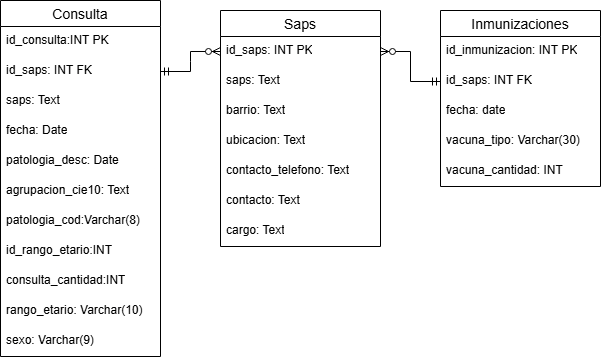
Above: assets/img/draw-io/TablasCapaBronce.png in eme-19-87/DataAnalytics_Patologias_SAPS_Ctes (draw.io), before the change. Source tidied: cells renumbered, new cells last; positions are measured from the earlier drawing's top-left corner, leaving out a move shared by most shapes.
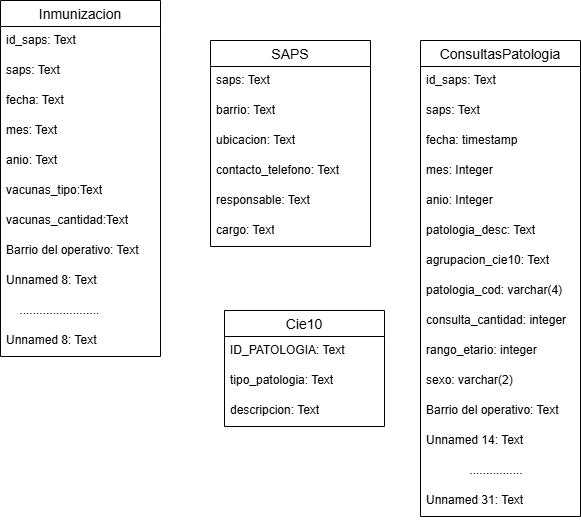
Above is the later version.

What changed in the source:
```diff
@@ -2,89 +2,122 @@
   <root>
     <mxCell id="0" />
     <mxCell id="1" parent="0" />
-    <mxCell id="2" value="Consulta" style="swimlane;fontStyle=0;horizontal=1;startSize=26;align=center;fontSize=14;" parent="1" vertex="1">
-      <mxGeometry width="160" height="356" as="geometry" />
-    </mxCell>
-    <mxCell id="3" value="id_consulta:INT PK&amp;nbsp;" style="text;strokeColor=none;fillColor=none;spacingLeft=4;spacingRight=4;overflow=hidden;fontSize=12;whiteSpace=wrap;html=1;" parent="2" vertex="1">
-      <mxGeometry y="26" width="160" height="30" as="geometry" />
-    </mxCell>
-    <mxCell id="4" value="id_saps: INT FK" style="text;strokeColor=none;fillColor=none;spacingLeft=4;spacingRight=4;overflow=hidden;points=[[0,0.5],[1,0.5]];portConstraint=eastwest;fontSize=12;whiteSpace=wrap;html=1;" parent="2" vertex="1">
-      <mxGeometry y="56" width="160" height="30" as="geometry" />
-    </mxCell>
-    <mxCell id="5" value="saps: Text" style="text;strokeColor=none;fillColor=none;spacingLeft=4;spacingRight=4;overflow=hidden;fontSize=12;whiteSpace=wrap;html=1;" parent="2" vertex="1">
-      <mxGeometry y="86" width="160" height="30" as="geometry" />
-    </mxCell>
-    <mxCell id="6" value="fecha: Date" style="text;strokeColor=none;fillColor=none;spacingLeft=4;spacingRight=4;overflow=hidden;fontSize=12;whiteSpace=wrap;html=1;" parent="2" vertex="1">
-      <mxGeometry y="116" width="160" height="30" as="geometry" />
-    </mxCell>
-    <mxCell id="7" value="patologia_desc: Date" style="text;strokeColor=none;fillColor=none;spacingLeft=4;spacingRight=4;overflow=hidden;fontSize=12;whiteSpace=wrap;html=1;" parent="2" vertex="1">
-      <mxGeometry y="146" width="160" height="30" as="geometry" />
-    </mxCell>
+    <mxCell id="30" value="ConsultasPatologia" style="swimlane;fontStyle=0;horizontal=1;startSize=26;align=center;fontSize=14;" parent="1" vertex="1">
+      <mxGeometry x="230" y="40" width="160" height="476" as="geometry" />
+    </mxCell>
+    <mxCell id="31" value="id_saps: Text" style="text;strokeColor=none;fillColor=none;spacingLeft=4;spacingRight=4;overflow=hidden;fontSize=12;whiteSpace=wrap;html=1;" parent="30" vertex="1">
+      <mxGeometry y="26" width="160" height="30" as="geometry" />
+    </mxCell>
+    <mxCell id="32" value="saps: Text" style="text;strokeColor=none;fillColor=none;spacingLeft=4;spacingRight=4;overflow=hidden;fontSize=12;whiteSpace=wrap;html=1;" parent="30" vertex="1">
+      <mxGeometry y="56" width="160" height="30" as="geometry" />
+    </mxCell>
+    <mxCell id="33" value="fecha: timestamp" style="text;strokeColor=none;fillColor=none;spacingLeft=4;spacingRight=4;overflow=hidden;fontSize=12;whiteSpace=wrap;html=1;" parent="30" vertex="1">
+      <mxGeometry y="86" width="160" height="30" as="geometry" />
+    </mxCell>
+    <mxCell id="34" value="mes: Integer" style="text;strokeColor=none;fillColor=none;spacingLeft=4;spacingRight=4;overflow=hidden;fontSize=12;whiteSpace=wrap;html=1;" parent="30" vertex="1">
+      <mxGeometry y="116" width="160" height="30" as="geometry" />
+    </mxCell>
+    <mxCell id="35" value="anio: Integer" style="text;strokeColor=none;fillColor=none;spacingLeft=4;spacingRight=4;overflow=hidden;fontSize=12;whiteSpace=wrap;html=1;" parent="30" vertex="1">
+      <mxGeometry y="146" width="160" height="30" as="geometry" />
+    </mxCell>
+    <mxCell id="36" value="patologia_desc: Text" style="text;strokeColor=none;fillColor=none;spacingLeft=4;spacingRight=4;overflow=hidden;fontSize=12;whiteSpace=wrap;html=1;" parent="30" vertex="1">
+      <mxGeometry y="176" width="160" height="30" as="geometry" />
+    </mxCell>
-    <mxCell id="8" value="agrupacion_cie10: Text" style="text;strokeColor=none;fillColor=none;spacingLeft=4;spacingRight=4;overflow=hidden;fontSize=12;whiteSpace=wrap;html=1;" parent="2" vertex="1">
-      <mxGeometry y="176" width="160" height="30" as="geometry" />
+    <mxCell id="8" value="agrupacion_cie10: Text" style="text;strokeColor=none;fillColor=none;spacingLeft=4;spacingRight=4;overflow=hidden;fontSize=12;whiteSpace=wrap;html=1;" parent="30" vertex="1">
+      <mxGeometry y="206" width="160" height="30" as="geometry" />
     </mxCell>
-    <mxCell id="9" value="patologia_cod:Varchar(8)" style="text;strokeColor=none;fillColor=none;spacingLeft=4;spacingRight=4;overflow=hidden;fontSize=12;whiteSpace=wrap;html=1;" parent="2" vertex="1">
-      <mxGeometry y="206" width="160" height="30" as="geometry" />
-    </mxCell>
-    <mxCell id="10" value="id_rango_etario:INT" style="text;strokeColor=none;fillColor=none;spacingLeft=4;spacingRight=4;overflow=hidden;fontSize=12;whiteSpace=wrap;html=1;" parent="2" vertex="1">
-      <mxGeometry y="236" width="160" height="30" as="geometry" />
-    </mxCell>
-    <mxCell id="11" value="consulta_cantidad:INT" style="text;strokeColor=none;fillColor=none;spacingLeft=4;spacingRight=4;overflow=hidden;fontSize=12;whiteSpace=wrap;html=1;" parent="2" vertex="1">
-      <mxGeometry y="266" width="160" height="30" as="geometry" />
-    </mxCell>
-    <mxCell id="12" value="rango_etario: Varchar(10)" style="text;strokeColor=none;fillColor=none;spacingLeft=4;spacingRight=4;overflow=hidden;fontSize=12;whiteSpace=wrap;html=1;" parent="2" vertex="1">
-      <mxGeometry y="296" width="160" height="30" as="geometry" />
-    </mxCell>
-    <mxCell id="13" value="sexo: Varchar(9)" style="text;strokeColor=none;fillColor=none;spacingLeft=4;spacingRight=4;overflow=hidden;fontSize=12;whiteSpace=wrap;html=1;" parent="2" vertex="1">
-      <mxGeometry y="326" width="160" height="30" as="geometry" />
-    </mxCell>
-    <mxCell id="14" value="Saps" style="swimlane;fontStyle=0;horizontal=1;startSize=26;align=center;fontSize=14;" parent="1" vertex="1">
-      <mxGeometry x="220" y="10" width="160" height="236" as="geometry" />
-    </mxCell>
-    <mxCell id="15" value="id_saps: INT PK" style="text;strokeColor=none;fillColor=none;spacingLeft=4;spacingRight=4;overflow=hidden;points=[[0,0.5],[1,0.5]];portConstraint=eastwest;fontSize=12;whiteSpace=wrap;html=1;" parent="14" vertex="1">
-      <mxGeometry y="26" width="160" height="30" as="geometry" />
-    </mxCell>
-    <mxCell id="16" value="saps: Text" style="text;strokeColor=none;fillColor=none;spacingLeft=4;spacingRight=4;overflow=hidden;fontSize=12;whiteSpace=wrap;html=1;" parent="14" vertex="1">
-      <mxGeometry y="56" width="160" height="30" as="geometry" />
-    </mxCell>
+    <mxCell id="37" value="patologia_cod: varchar(4)" style="text;strokeColor=none;fillColor=none;spacingLeft=4;spacingRight=4;overflow=hidden;fontSize=12;whiteSpace=wrap;html=1;" parent="30" vertex="1">
+      <mxGeometry y="236" width="160" height="30" as="geometry" />
+    </mxCell>
+    <mxCell id="38" value="consulta_cantidad: integer" style="text;strokeColor=none;fillColor=none;spacingLeft=4;spacingRight=4;overflow=hidden;fontSize=12;whiteSpace=wrap;html=1;" parent="30" vertex="1">
+      <mxGeometry y="266" width="160" height="30" as="geometry" />
+    </mxCell>
+    <mxCell id="39" value="rango_etario: integer" style="text;strokeColor=none;fillColor=none;spacingLeft=4;spacingRight=4;overflow=hidden;fontSize=12;whiteSpace=wrap;html=1;" parent="30" vertex="1">
+      <mxGeometry y="296" width="160" height="30" as="geometry" />
+    </mxCell>
+    <mxCell id="40" value="sexo: varchar(2)" style="text;strokeColor=none;fillColor=none;spacingLeft=4;spacingRight=4;overflow=hidden;fontSize=12;whiteSpace=wrap;html=1;" parent="30" vertex="1">
+      <mxGeometry y="326" width="160" height="30" as="geometry" />
+    </mxCell>
+    <mxCell id="41" value="Barrio del operativo: Text" style="text;strokeColor=none;fillColor=none;spacingLeft=4;spacingRight=4;overflow=hidden;fontSize=12;whiteSpace=wrap;html=1;" parent="30" vertex="1">
+      <mxGeometry y="356" width="160" height="30" as="geometry" />
+    </mxCell>
+    <mxCell id="42" value="Unnamed 14: Text" style="text;strokeColor=none;fillColor=none;spacingLeft=4;spacingRight=4;overflow=hidden;fontSize=12;whiteSpace=wrap;html=1;" parent="30" vertex="1">
+      <mxGeometry y="386" width="160" height="30" as="geometry" />
+    </mxCell>
+    <mxCell id="43" value="&amp;nbsp; &amp;nbsp; &amp;nbsp; &amp;nbsp; &amp;nbsp; &amp;nbsp; &amp;nbsp;................" style="text;strokeColor=none;fillColor=none;spacingLeft=4;spacingRight=4;overflow=hidden;fontSize=12;whiteSpace=wrap;html=1;" parent="30" vertex="1">
+      <mxGeometry y="416" width="160" height="30" as="geometry" />
+    </mxCell>
+    <mxCell id="44" value="Unnamed 31: Text" style="text;strokeColor=none;fillColor=none;spacingLeft=4;spacingRight=4;overflow=hidden;fontSize=12;whiteSpace=wrap;html=1;" parent="30" vertex="1">
+      <mxGeometry y="446" width="160" height="30" as="geometry" />
+    </mxCell>
+    <mxCell id="45" value="SAPS" style="swimlane;fontStyle=0;horizontal=1;startSize=26;align=center;fontSize=14;" parent="1" vertex="1">
+      <mxGeometry x="20" y="40" width="160" height="206" as="geometry" />
+    </mxCell>
+    <mxCell id="46" value="saps: Text" style="text;strokeColor=none;fillColor=none;spacingLeft=4;spacingRight=4;overflow=hidden;fontSize=12;whiteSpace=wrap;html=1;" parent="45" vertex="1">
+      <mxGeometry y="26" width="160" height="30" as="geometry" />
+    </mxCell>
-    <mxCell id="17" value="barrio: Text" style="text;strokeColor=none;fillColor=none;spacingLeft=4;spacingRight=4;overflow=hidden;fontSize=12;whiteSpace=wrap;html=1;" parent="14" vertex="1">
-      <mxGeometry y="86" width="160" height="30" as="geometry" />
+    <mxCell id="17" value="barrio: Text" style="text;strokeColor=none;fillColor=none;spacingLeft=4;spacingRight=4;overflow=hidden;fontSize=12;whiteSpace=wrap;html=1;" parent="45" vertex="1">
+      <mxGeometry y="56" width="160" height="30" as="geometry" />
     </mxCell>
-    <mxCell id="18" value="ubicacion: Text" style="text;strokeColor=none;fillColor=none;spacingLeft=4;spacingRight=4;overflow=hidden;fontSize=12;whiteSpace=wrap;html=1;" parent="14" vertex="1">
-      <mxGeometry y="116" width="160" height="30" as="geometry" />
+    <mxCell id="18" value="ubicacion: Text" style="text;strokeColor=none;fillColor=none;spacingLeft=4;spacingRight=4;overflow=hidden;fontSize=12;whiteSpace=wrap;html=1;" parent="45" vertex="1">
+      <mxGeometry y="86" width="160" height="30" as="geometry" />
     </mxCell>
-    <mxCell id="19" value="contacto_telefono: Text" style="text;strokeColor=none;fillColor=none;spacingLeft=4;spacingRight=4;overflow=hidden;fontSize=12;whiteSpace=wrap;html=1;" parent="14" vertex="1">
-      <mxGeometry y="146" width="160" height="30" as="geometry" />
+    <mxCell id="19" value="contacto_telefono: Text" style="text;strokeColor=none;fillColor=none;spacingLeft=4;spacingRight=4;overflow=hidden;fontSize=12;whiteSpace=wrap;html=1;" parent="45" vertex="1">
+      <mxGeometry y="116" width="160" height="30" as="geometry" />
     </mxCell>
-    <mxCell id="20" value="contacto: Text" style="text;strokeColor=none;fillColor=none;spacingLeft=4;spacingRight=4;overflow=hidden;fontSize=12;whiteSpace=wrap;html=1;" parent="14" vertex="1">
-      <mxGeometry y="176" width="160" height="30" as="geometry" />
-    </mxCell>
+    <mxCell id="47" value="responsable: Text" style="text;strokeColor=none;fillColor=none;spacingLeft=4;spacingRight=4;overflow=hidden;fontSize=12;whiteSpace=wrap;html=1;" parent="45" vertex="1">
+      <mxGeometry y="146" width="160" height="30" as="geometry" />
+    </mxCell>
-    <mxCell id="21" value="cargo: Text" style="text;strokeColor=none;fillColor=none;spacingLeft=4;spacingRight=4;overflow=hidden;fontSize=12;whiteSpace=wrap;html=1;" parent="14" vertex="1">
-      <mxGeometry y="206" width="160" height="30" as="geometry" />
+    <mxCell id="21" value="cargo: Text" style="text;strokeColor=none;fillColor=none;spacingLeft=4;spacingRight=4;overflow=hidden;fontSize=12;whiteSpace=wrap;html=1;" parent="45" vertex="1">
+      <mxGeometry y="176" width="160" height="30" as="geometry" />
     </mxCell>
-    <mxCell id="22" value="Inmunizaciones" style="swimlane;fontStyle=0;horizontal=1;startSize=26;align=center;fontSize=14;" parent="1" vertex="1">
-      <mxGeometry x="440" y="10" width="160" height="176" as="geometry" />
-    </mxCell>
-    <mxCell id="23" value="id_inmunizacion: INT PK" style="text;strokeColor=none;fillColor=none;spacingLeft=4;spacingRight=4;overflow=hidden;fontSize=12;whiteSpace=wrap;html=1;" parent="22" vertex="1">
-      <mxGeometry y="26" width="160" height="30" as="geometry" />
-    </mxCell>
-    <mxCell id="24" value="id_saps: INT FK" style="text;strokeColor=none;fillColor=none;spacingLeft=4;spacingRight=4;overflow=hidden;points=[[0,0.5],[1,0.5]];portConstraint=eastwest;fontSize=12;whiteSpace=wrap;html=1;" parent="22" vertex="1">
-      <mxGeometry y="56" width="160" height="30" as="geometry" />
-    </mxCell>
-    <mxCell id="25" value="fecha: date" style="text;strokeColor=none;fillColor=none;spacingLeft=4;spacingRight=4;overflow=hidden;fontSize=12;whiteSpace=wrap;html=1;" parent="22" vertex="1">
-      <mxGeometry y="86" width="160" height="30" as="geometry" />
-    </mxCell>
-    <mxCell id="26" value="vacuna_tipo: Varchar(30)" style="text;strokeColor=none;fillColor=none;spacingLeft=4;spacingRight=4;overflow=hidden;fontSize=12;whiteSpace=wrap;html=1;" parent="22" vertex="1">
-      <mxGeometry y="116" width="160" height="30" as="geometry" />
-    </mxCell>
-    <mxCell id="27" value="vacuna_cantidad: INT" style="text;strokeColor=none;fillColor=none;spacingLeft=4;spacingRight=4;overflow=hidden;fontSize=12;whiteSpace=wrap;html=1;" parent="22" vertex="1">
-      <mxGeometry y="146" width="160" height="30" as="geometry" />
-    </mxCell>
-    <mxCell id="28" style="edgeStyle=entityRelationEdgeStyle;fontSize=12;html=1;endArrow=ERzeroToMany;startArrow=ERmandOne;rounded=0;entryX=0;entryY=0.5;entryDx=0;entryDy=0;" parent="1" edge="1" source="4" target="15">
-      <mxGeometry relative="1" as="geometry" />
-    </mxCell>
-    <mxCell id="29" style="edgeStyle=entityRelationEdgeStyle;fontSize=12;html=1;endArrow=ERzeroToMany;startArrow=ERmandOne;rounded=0;entryX=1;entryY=0.5;entryDx=0;entryDy=0;" parent="1" edge="1" source="24" target="15">
-      <mxGeometry relative="1" as="geometry" />
-    </mxCell>
+    <mxCell id="48" value="Inmunizacion" style="swimlane;fontStyle=0;horizontal=1;startSize=26;align=center;fontSize=14;" parent="1" vertex="1">
+      <mxGeometry x="-190" width="160" height="356" as="geometry" />
+    </mxCell>
+    <mxCell id="49" value="id_saps: Text" style="text;strokeColor=none;fillColor=none;spacingLeft=4;spacingRight=4;overflow=hidden;fontSize=12;whiteSpace=wrap;html=1;" parent="48" vertex="1">
+      <mxGeometry y="26" width="160" height="30" as="geometry" />
+    </mxCell>
+    <mxCell id="50" value="saps: Text" style="text;strokeColor=none;fillColor=none;spacingLeft=4;spacingRight=4;overflow=hidden;fontSize=12;whiteSpace=wrap;html=1;" parent="48" vertex="1">
+      <mxGeometry y="56" width="160" height="30" as="geometry" />
+    </mxCell>
+    <mxCell id="51" value="fecha: Text" style="text;strokeColor=none;fillColor=none;spacingLeft=4;spacingRight=4;overflow=hidden;fontSize=12;whiteSpace=wrap;html=1;" parent="48" vertex="1">
+      <mxGeometry y="86" width="160" height="30" as="geometry" />
+    </mxCell>
+    <mxCell id="52" value="mes: Text" style="text;strokeColor=none;fillColor=none;spacingLeft=4;spacingRight=4;overflow=hidden;fontSize=12;whiteSpace=wrap;html=1;" parent="48" vertex="1">
+      <mxGeometry y="116" width="160" height="30" as="geometry" />
+    </mxCell>
+    <mxCell id="53" value="anio: Text" style="text;strokeColor=none;fillColor=none;spacingLeft=4;spacingRight=4;overflow=hidden;fontSize=12;whiteSpace=wrap;html=1;" parent="48" vertex="1">
+      <mxGeometry y="146" width="160" height="30" as="geometry" />
+    </mxCell>
+    <mxCell id="54" value="vacunas_tipo:Text" style="text;strokeColor=none;fillColor=none;spacingLeft=4;spacingRight=4;overflow=hidden;fontSize=12;whiteSpace=wrap;html=1;" parent="48" vertex="1">
+      <mxGeometry y="176" width="160" height="30" as="geometry" />
+    </mxCell>
+    <mxCell id="55" value="vacunas_cantidad:Text" style="text;strokeColor=none;fillColor=none;spacingLeft=4;spacingRight=4;overflow=hidden;fontSize=12;whiteSpace=wrap;html=1;" parent="48" vertex="1">
+      <mxGeometry y="206" width="160" height="30" as="geometry" />
+    </mxCell>
+    <mxCell id="56" value="Barrio del operativo: Text" style="text;strokeColor=none;fillColor=none;spacingLeft=4;spacingRight=4;overflow=hidden;fontSize=12;whiteSpace=wrap;html=1;" parent="48" vertex="1">
+      <mxGeometry y="236" width="160" height="30" as="geometry" />
+    </mxCell>
+    <mxCell id="57" value="Unnamed 8: Text" style="text;strokeColor=none;fillColor=none;spacingLeft=4;spacingRight=4;overflow=hidden;fontSize=12;whiteSpace=wrap;html=1;" parent="48" vertex="1">
+      <mxGeometry y="266" width="160" height="30" as="geometry" />
+    </mxCell>
+    <mxCell id="58" value="&amp;nbsp; &amp;nbsp; ........................" style="text;strokeColor=none;fillColor=none;spacingLeft=4;spacingRight=4;overflow=hidden;fontSize=12;whiteSpace=wrap;html=1;" parent="48" vertex="1">
+      <mxGeometry y="296" width="160" height="30" as="geometry" />
+    </mxCell>
+    <mxCell id="59" value="Unnamed 8: Text" style="text;strokeColor=none;fillColor=none;spacingLeft=4;spacingRight=4;overflow=hidden;fontSize=12;whiteSpace=wrap;html=1;" parent="48" vertex="1">
+      <mxGeometry y="326" width="160" height="30" as="geometry" />
+    </mxCell>
+    <mxCell id="60" value="Cie10" style="swimlane;fontStyle=0;horizontal=1;startSize=26;align=center;fontSize=14;" parent="1" vertex="1">
+      <mxGeometry x="34" y="310" width="160" height="116" as="geometry" />
+    </mxCell>
+    <mxCell id="61" value="ID_PATOLOGIA: Text" style="text;strokeColor=none;fillColor=none;spacingLeft=4;spacingRight=4;overflow=hidden;fontSize=12;whiteSpace=wrap;html=1;" parent="60" vertex="1">
+      <mxGeometry y="26" width="160" height="30" as="geometry" />
+    </mxCell>
+    <mxCell id="62" value="tipo_patologia: Text" style="text;strokeColor=none;fillColor=none;spacingLeft=4;spacingRight=4;overflow=hidden;fontSize=12;whiteSpace=wrap;html=1;" parent="60" vertex="1">
+      <mxGeometry y="56" width="160" height="30" as="geometry" />
+    </mxCell>
+    <mxCell id="63" value="descripcion: Text" style="text;strokeColor=none;fillColor=none;spacingLeft=4;spacingRight=4;overflow=hidden;fontSize=12;whiteSpace=wrap;html=1;" parent="60" vertex="1">
+      <mxGeometry y="86" width="160" height="30" as="geometry" />
+    </mxCell>
   </root>
 </mxGraphModel>
```
